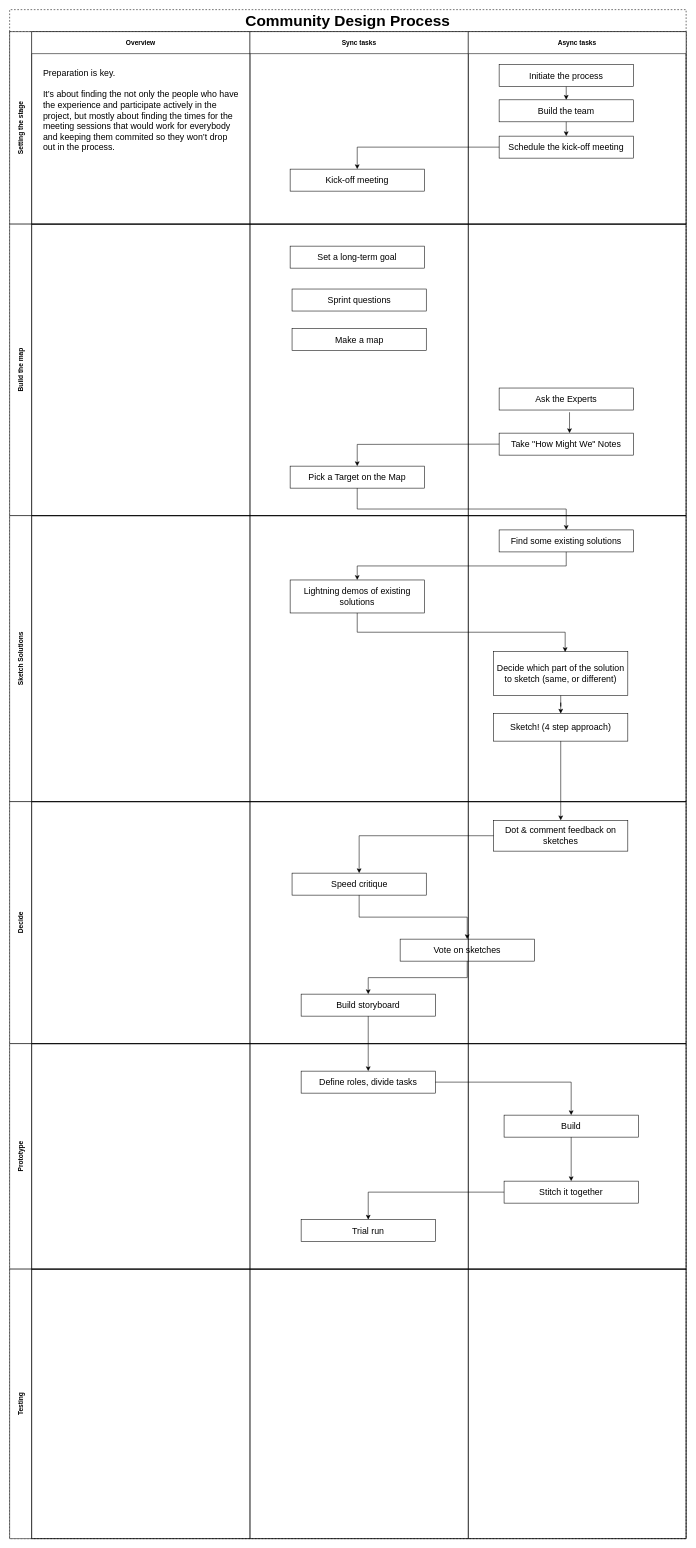
This is CommunityDesignProcess.drawio from nicksellen/community-design-process, a draw.io file, before an edit. Source tidied: cells renumbered, new cells numbered last; positions are measured from the earlier drawing's top-left corner, leaving out a move shared by most shapes. Both pictures are drawn from the tidied source at 55%, with x=0, y=0 at pixel (9, 9).
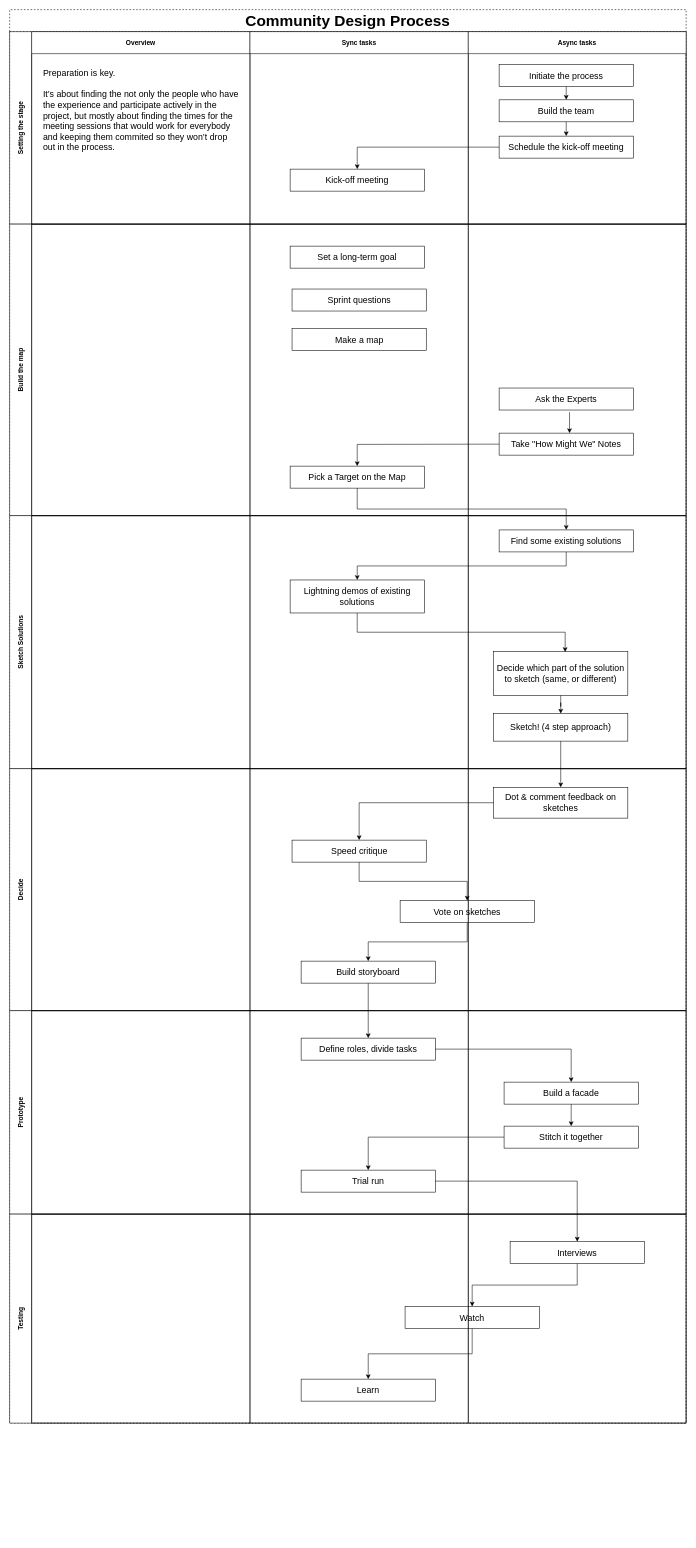
The same diagram, later.

Unchanged cells that the change refers to:
```xml
<mxCell id="40" style="swimlane;startSize=0;html=1;whiteSpace=wrap;" parent="38" vertex="1">
  <mxGeometry x="437" width="397" height="440" as="geometry" />
</mxCell>
<mxCell id="41" value="Speed critique" style="rounded=0;whiteSpace=wrap;html=1;fillColor=none;fontFamily=Helvetica;fontSize=16;" parent="40" vertex="1">
  <mxGeometry x="76.5" y="130" width="244" height="40" as="geometry" />
</mxCell>
<mxCell id="42" value="Build storyboard" style="rounded=0;whiteSpace=wrap;html=1;fillColor=none;fontFamily=Helvetica;fontSize=16;" parent="40" vertex="1">
  <mxGeometry x="93" y="350" width="244" height="40" as="geometry" />
</mxCell>
<mxCell id="43" style="swimlane;startSize=0;html=1;whiteSpace=wrap;" parent="38" vertex="1">
  <mxGeometry x="834" width="396" height="440" as="geometry" />
</mxCell>
```

Diff of the diagram source:
```diff
@@
     <mxCell id="2" value="Community Design Process" style="shape=table;childLayout=tableLayout;rowLines=0;columnLines=0;startSize=40;html=1;whiteSpace=wrap;fontStyle=1;align=center;dashed=1;fillColor=none;fontFamily=Helvetica;fontSize=28;" parent="1" vertex="1">
-      <mxGeometry width="1230" height="2780" as="geometry" />
+      <mxGeometry width="1230" height="2570" as="geometry" />
     </mxCell>
@@
     <mxCell id="27" value="&lt;div&gt;Sketch Solutions&lt;/div&gt;" style="swimlane;horizontal=0;startSize=40;html=1;whiteSpace=wrap;" parent="2" vertex="1">
-      <mxGeometry y="920" width="1230" height="520" as="geometry" />
+      <mxGeometry y="920" width="1230" height="460" as="geometry" />
     </mxCell>
     <mxCell id="28" style="swimlane;startSize=0;html=1;whiteSpace=wrap;" parent="27" vertex="1">
-      <mxGeometry x="40" width="397" height="520" as="geometry" />
+      <mxGeometry x="40" width="397" height="460" as="geometry" />
     </mxCell>
     <mxCell id="29" style="swimlane;startSize=0;html=1;whiteSpace=wrap;" parent="27" vertex="1">
-      <mxGeometry x="437" width="397" height="520" as="geometry" />
+      <mxGeometry x="437" width="397" height="460" as="geometry" />
     </mxCell>
@@
     <mxCell id="31" style="swimlane;startSize=0;html=1;whiteSpace=wrap;" parent="27" vertex="1">
-      <mxGeometry x="834" width="396" height="520" as="geometry" />
+      <mxGeometry x="834" width="396" height="460" as="geometry" />
     </mxCell>
@@
     <mxCell id="38" value="&lt;div&gt;Decide&lt;/div&gt;" style="swimlane;horizontal=0;startSize=40;html=1;whiteSpace=wrap;" parent="2" vertex="1">
-      <mxGeometry y="1440" width="1230" height="440" as="geometry" />
+      <mxGeometry y="1380" width="1230" height="440" as="geometry" />
     </mxCell>
@@
+    <mxCell id="45" value="Vote on sketches" style="rounded=0;whiteSpace=wrap;html=1;fillColor=none;fontFamily=Helvetica;fontSize=16;" parent="40" vertex="1">
+      <mxGeometry x="273" y="240" width="244" height="40" as="geometry" />
+    </mxCell>
@@
+    <mxCell id="47" style="edgeStyle=orthogonalEdgeStyle;rounded=0;jettySize=auto;html=1;entryX=0.5;entryY=0;entryDx=0;entryDy=0;" parent="40" edge="1" source="41" target="45">
+      <mxGeometry relative="1" as="geometry" />
+    </mxCell>
+    <mxCell id="48" style="edgeStyle=orthogonalEdgeStyle;rounded=0;jettySize=auto;html=1;" parent="40" edge="1" source="45" target="42">
+      <mxGeometry relative="1" as="geometry" />
+    </mxCell>
@@
-    <mxCell id="45" value="Vote on sketches" style="rounded=0;whiteSpace=wrap;html=1;fillColor=none;fontFamily=Helvetica;fontSize=16;" parent="43" vertex="1">
-      <mxGeometry x="-124" y="250" width="244" height="40" as="geometry" />
-    </mxCell>
@@
-    <mxCell id="47" style="edgeStyle=orthogonalEdgeStyle;rounded=0;jettySize=auto;html=1;entryX=0.5;entryY=0;entryDx=0;entryDy=0;" parent="38" edge="1" source="41" target="45">
-      <mxGeometry relative="1" as="geometry" />
-    </mxCell>
-    <mxCell id="48" style="edgeStyle=orthogonalEdgeStyle;rounded=0;jettySize=auto;html=1;" parent="38" edge="1" source="45" target="42">
-      <mxGeometry relative="1" as="geometry" />
-    </mxCell>
     <mxCell id="49" value="&lt;div&gt;Prototype&lt;/div&gt;" style="swimlane;horizontal=0;startSize=40;html=1;whiteSpace=wrap;" parent="2" vertex="1">
-      <mxGeometry y="1880" width="1230" height="410" as="geometry" />
+      <mxGeometry y="1820" width="1230" height="370" as="geometry" />
     </mxCell>
     <mxCell id="50" style="swimlane;startSize=0;html=1;whiteSpace=wrap;" parent="49" vertex="1">
-      <mxGeometry x="40" width="397" height="410" as="geometry" />
+      <mxGeometry x="40" width="397" height="370" as="geometry" />
     </mxCell>
     <mxCell id="51" style="swimlane;startSize=0;html=1;whiteSpace=wrap;" parent="49" vertex="1">
-      <mxGeometry x="437" width="397" height="410" as="geometry" />
+      <mxGeometry x="437" width="397" height="370" as="geometry" />
     </mxCell>
@@
     <mxCell id="53" value="&lt;div&gt;Trial run&lt;/div&gt;" style="rounded=0;whiteSpace=wrap;html=1;fillColor=none;fontFamily=Helvetica;fontSize=16;" parent="51" vertex="1">
-      <mxGeometry x="93" y="320" width="244" height="40" as="geometry" />
+      <mxGeometry x="93" y="290" width="244" height="40" as="geometry" />
     </mxCell>
     <mxCell id="54" style="swimlane;startSize=0;html=1;whiteSpace=wrap;" parent="49" vertex="1">
-      <mxGeometry x="834" width="396" height="410" as="geometry" />
+      <mxGeometry x="834" width="396" height="370" as="geometry" />
     </mxCell>
@@
-    <mxCell id="56" value="&lt;div&gt;Build&lt;br&gt;&lt;/div&gt;" style="rounded=0;whiteSpace=wrap;html=1;fillColor=none;fontFamily=Helvetica;fontSize=16;" parent="54" vertex="1">
+    <mxCell id="56" value="&lt;div&gt;Build a facade&lt;br&gt;&lt;/div&gt;" style="rounded=0;whiteSpace=wrap;html=1;fillColor=none;fontFamily=Helvetica;fontSize=16;" parent="54" vertex="1">
       <mxGeometry x="65" y="130" width="244" height="40" as="geometry" />
     </mxCell>
     <mxCell id="57" value="&lt;div&gt;Stitch it together&lt;/div&gt;" style="rounded=0;whiteSpace=wrap;html=1;fillColor=none;fontFamily=Helvetica;fontSize=16;" parent="54" vertex="1">
-      <mxGeometry x="65" y="250" width="244" height="40" as="geometry" />
+      <mxGeometry x="65" y="210" width="244" height="40" as="geometry" />
     </mxCell>
@@
     <mxCell id="60" value="&lt;div&gt;Testing&lt;/div&gt;" style="swimlane;horizontal=0;startSize=40;html=1;whiteSpace=wrap;" parent="2" vertex="1">
-      <mxGeometry y="2290" width="1230" height="490" as="geometry" />
+      <mxGeometry y="2190" width="1230" height="380" as="geometry" />
     </mxCell>
     <mxCell id="61" style="swimlane;startSize=0;html=1;whiteSpace=wrap;" parent="60" vertex="1">
-      <mxGeometry x="40" width="397" height="490" as="geometry" />
+      <mxGeometry x="40" width="397" height="380" as="geometry" />
     </mxCell>
     <mxCell id="62" style="swimlane;startSize=0;html=1;whiteSpace=wrap;" parent="60" vertex="1">
-      <mxGeometry x="437" width="397" height="490" as="geometry" />
+      <mxGeometry x="437" width="397" height="380" as="geometry" />
     </mxCell>
+    <mxCell id="67" style="edgeStyle=orthogonalEdgeStyle;rounded=0;jettySize=auto;html=1;" parent="62" edge="1" source="68" target="69">
+      <mxGeometry relative="1" as="geometry" />
+    </mxCell>
+    <mxCell id="68" value="Watch" style="rounded=0;whiteSpace=wrap;html=1;fillColor=none;fontFamily=Helvetica;fontSize=16;" parent="62" vertex="1">
+      <mxGeometry x="282" y="168" width="244" height="40" as="geometry" />
+    </mxCell>
+    <mxCell id="69" value="Learn" style="rounded=0;whiteSpace=wrap;html=1;fillColor=none;fontFamily=Helvetica;fontSize=16;" parent="62" vertex="1">
+      <mxGeometry x="93" y="300" width="244" height="40" as="geometry" />
+    </mxCell>
     <mxCell id="63" style="swimlane;startSize=0;html=1;whiteSpace=wrap;" parent="60" vertex="1">
-      <mxGeometry x="834" width="396" height="490" as="geometry" />
+      <mxGeometry x="834" width="396" height="380" as="geometry" />
     </mxCell>
+    <mxCell id="70" value="Interviews" style="rounded=0;whiteSpace=wrap;html=1;fillColor=none;fontFamily=Helvetica;fontSize=16;" parent="63" vertex="1">
+      <mxGeometry x="76" y="50" width="244" height="40" as="geometry" />
+    </mxCell>
+    <mxCell id="71" style="edgeStyle=orthogonalEdgeStyle;rounded=0;jettySize=auto;html=1;" parent="60" edge="1" source="70" target="68">
+      <mxGeometry relative="1" as="geometry" />
+    </mxCell>
@@
+    <mxCell id="72" style="edgeStyle=orthogonalEdgeStyle;rounded=0;jettySize=auto;html=1;" parent="2" edge="1" source="53" target="70">
+      <mxGeometry relative="1" as="geometry" />
+    </mxCell>
```
